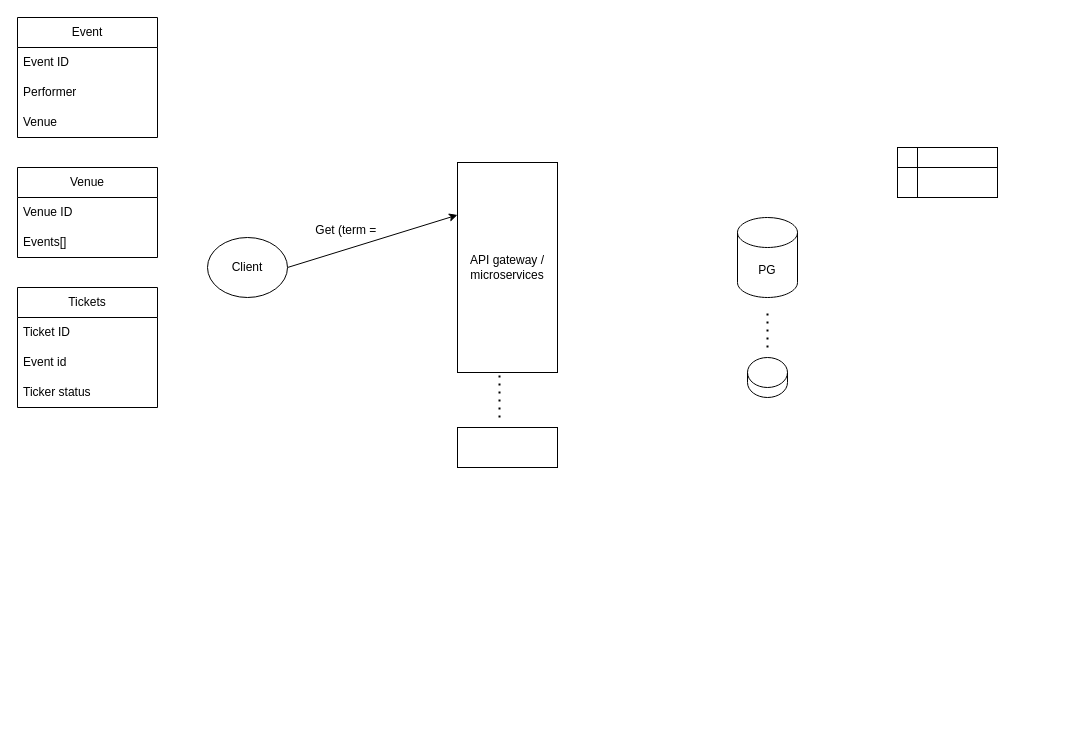
CoderUtk/sys-design keeps this draw.io diagram as Ticketmaster.drawio. Above is the earlier version. Source tidied: cells renumbered, new cells numbered last; positions are measured from the earlier drawing's top-left corner, leaving out a move shared by most shapes. Both pictures are drawn from the tidied source at 100%, with x=0, y=0 at pixel (17, 17).
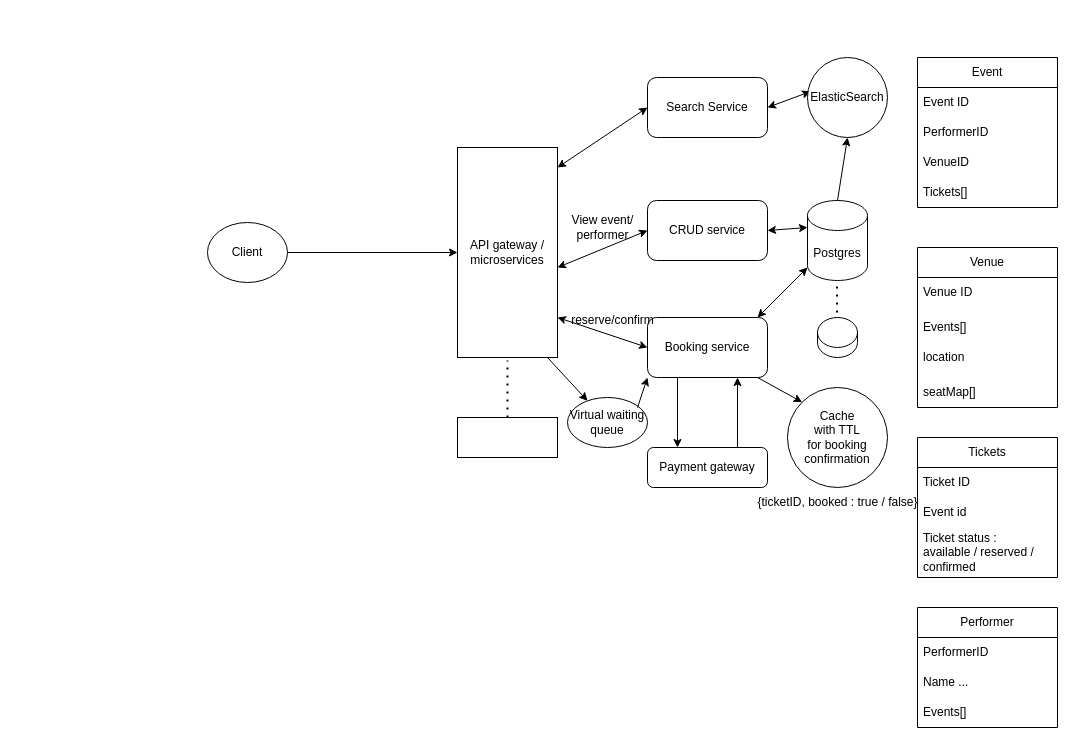
After the change.

Diff of the diagram source:
```diff
@@
     <mxCell id="2" value="Event" style="swimlane;fontStyle=0;horizontal=1;startSize=30;whiteSpace=wrap;html=1;" parent="1" vertex="1">
-      <mxGeometry width="140" height="120" as="geometry" />
+      <mxGeometry x="900" y="40" width="140" height="150" as="geometry" />
     </mxCell>
@@
-    <mxCell id="4" value="Performer" style="text;strokeColor=none;fillColor=none;align=left;verticalAlign=middle;spacingLeft=4;spacingRight=4;overflow=hidden;whiteSpace=wrap;html=1;" parent="2" vertex="1">
+    <mxCell id="4" value="PerformerID" style="text;strokeColor=none;fillColor=none;align=left;verticalAlign=middle;spacingLeft=4;spacingRight=4;overflow=hidden;whiteSpace=wrap;html=1;" parent="2" vertex="1">
       <mxGeometry y="60" width="140" height="30" as="geometry" />
     </mxCell>
-    <mxCell id="5" value="Venue" style="text;strokeColor=none;fillColor=none;align=left;verticalAlign=middle;spacingLeft=4;spacingRight=4;overflow=hidden;whiteSpace=wrap;html=1;" parent="2" vertex="1">
+    <mxCell id="5" value="VenueID" style="text;strokeColor=none;fillColor=none;align=left;verticalAlign=middle;spacingLeft=4;spacingRight=4;overflow=hidden;whiteSpace=wrap;html=1;" parent="2" vertex="1">
       <mxGeometry y="90" width="140" height="30" as="geometry" />
     </mxCell>
+    <mxCell id="23" value="Tickets[]" style="text;strokeColor=none;fillColor=none;align=left;verticalAlign=middle;spacingLeft=4;spacingRight=4;overflow=hidden;whiteSpace=wrap;html=1;" parent="2" vertex="1">
+      <mxGeometry y="120" width="140" height="30" as="geometry" />
+    </mxCell>
     <mxCell id="6" value="Venue" style="swimlane;fontStyle=0;horizontal=1;startSize=30;whiteSpace=wrap;html=1;" parent="1" vertex="1">
-      <mxGeometry y="150" width="140" height="90" as="geometry" />
+      <mxGeometry x="900" y="230" width="140" height="160" as="geometry" />
     </mxCell>
@@
     <mxCell id="8" value="Events[]" style="text;strokeColor=none;fillColor=none;align=left;verticalAlign=middle;spacingLeft=4;spacingRight=4;overflow=hidden;whiteSpace=wrap;html=1;" parent="6" vertex="1">
-      <mxGeometry y="60" width="140" height="30" as="geometry" />
+      <mxGeometry y="60" width="140" height="40" as="geometry" />
     </mxCell>
+    <mxCell id="24" value="location&lt;div&gt;&lt;br&gt;&lt;/div&gt;" style="text;strokeColor=none;fillColor=none;align=left;verticalAlign=middle;spacingLeft=4;spacingRight=4;overflow=hidden;whiteSpace=wrap;html=1;" parent="6" vertex="1">
+      <mxGeometry y="100" width="140" height="30" as="geometry" />
+    </mxCell>
+    <mxCell id="25" value="&lt;div&gt;seatMap[]&lt;/div&gt;" style="text;strokeColor=none;fillColor=none;align=left;verticalAlign=middle;spacingLeft=4;spacingRight=4;overflow=hidden;whiteSpace=wrap;html=1;" parent="6" vertex="1">
+      <mxGeometry y="130" width="140" height="30" as="geometry" />
+    </mxCell>
     <mxCell id="9" value="Tickets" style="swimlane;fontStyle=0;horizontal=1;startSize=30;whiteSpace=wrap;html=1;" parent="1" vertex="1">
-      <mxGeometry y="270" width="140" height="120" as="geometry" />
+      <mxGeometry x="900" y="420" width="140" height="140" as="geometry" />
     </mxCell>
@@
-    <mxCell id="12" value="Ticker status" style="text;strokeColor=none;fillColor=none;align=left;verticalAlign=middle;spacingLeft=4;spacingRight=4;overflow=hidden;whiteSpace=wrap;html=1;" parent="9" vertex="1">
-      <mxGeometry y="90" width="140" height="30" as="geometry" />
+    <mxCell id="12" value="Ticket status :&amp;nbsp;&lt;div&gt;available / reserved / confirmed&lt;/div&gt;" style="text;strokeColor=none;fillColor=none;align=left;verticalAlign=middle;spacingLeft=4;spacingRight=4;overflow=hidden;whiteSpace=wrap;html=1;" parent="9" vertex="1">
+      <mxGeometry y="90" width="140" height="50" as="geometry" />
     </mxCell>
-    <mxCell id="13" style="rounded=0;jettySize=auto;html=1;exitX=1;exitY=0.5;exitDx=0;exitDy=0;entryX=0;entryY=0.25;entryDx=0;entryDy=0;" parent="1" edge="1" source="14" target="15">
+    <mxCell id="13" style="rounded=0;jettySize=auto;html=1;exitX=1;exitY=0.5;exitDx=0;exitDy=0;entryX=0;entryY=0.5;entryDx=0;entryDy=0;" parent="1" edge="1" source="14" target="15">
       <mxGeometry relative="1" as="geometry" />
     </mxCell>
     <mxCell id="14" value="Client" style="ellipse;whiteSpace=wrap;html=1;" parent="1" vertex="1">
-      <mxGeometry x="190" y="220" width="80" height="60" as="geometry" />
+      <mxGeometry x="190" y="205" width="80" height="60" as="geometry" />
     </mxCell>
     <mxCell id="15" value="API gateway /&lt;br&gt;microservices" style="rounded=0;whiteSpace=wrap;html=1;" parent="1" vertex="1">
-      <mxGeometry x="440" y="145" width="100" height="210" as="geometry" />
+      <mxGeometry x="440" y="130" width="100" height="210" as="geometry" />
     </mxCell>
-    <mxCell id="16" style="endArrow=none;dashed=1;html=1;dashPattern=1 3;strokeWidth=2;rounded=0;entryX=0.42;entryY=1.014;entryDx=0;entryDy=0;entryPerimeter=0;" parent="1" edge="1" target="15">
+    <mxCell id="16" style="endArrow=none;dashed=1;html=1;dashPattern=1 3;strokeWidth=2;rounded=0;exitX=0.5;exitY=0;exitDx=0;exitDy=0;" parent="1" edge="1" source="17">
       <mxGeometry relative="1" as="geometry">
-        <mxPoint x="482" y="400" as="sourcePoint" />
+        <mxPoint x="490" y="343" as="targetPoint" />
       </mxGeometry>
     </mxCell>
     <mxCell id="17" style="rounded=0;whiteSpace=wrap;html=1;" parent="1" vertex="1">
-      <mxGeometry x="440" y="410" width="100" height="40" as="geometry" />
+      <mxGeometry x="440" y="400" width="100" height="40" as="geometry" />
     </mxCell>
-    <mxCell id="18" value="PG" style="shape=cylinder3;whiteSpace=wrap;html=1;boundedLbl=1;backgroundOutline=1;size=15;" parent="1" vertex="1">
-      <mxGeometry x="720" y="200" width="60" height="80" as="geometry" />
+    <mxCell id="18" value="Postgres" style="shape=cylinder3;whiteSpace=wrap;html=1;boundedLbl=1;backgroundOutline=1;size=15;" parent="1" vertex="1">
+      <mxGeometry x="790" y="183" width="60" height="80" as="geometry" />
     </mxCell>
     <mxCell id="19" style="endArrow=none;dashed=1;html=1;dashPattern=1 3;strokeWidth=2;rounded=0;" parent="1" edge="1">
       <mxGeometry relative="1" as="geometry">
-        <mxPoint x="750" y="330" as="sourcePoint" />
-        <mxPoint x="750" y="290" as="targetPoint" />
+        <mxPoint x="819.5" y="303" as="sourcePoint" />
+        <mxPoint x="819.5" y="263" as="targetPoint" />
       </mxGeometry>
     </mxCell>
     <mxCell id="20" style="shape=cylinder3;whiteSpace=wrap;html=1;boundedLbl=1;backgroundOutline=1;size=15;" parent="1" vertex="1">
-      <mxGeometry x="730" y="340" width="40" height="40" as="geometry" />
+      <mxGeometry x="800" y="300" width="40" height="40" as="geometry" />
     </mxCell>
-    <mxCell id="21" style="shape=internalStorage;whiteSpace=wrap;html=1;backgroundOutline=1;" parent="1" vertex="1">
-      <mxGeometry x="880" y="130" width="100" height="50" as="geometry" />
-    </mxCell>
-    <mxCell id="22" value="Get (term =&amp;nbsp;" style="text;html=1;align=center;verticalAlign=middle;strokeColor=none;fillColor=none;" parent="1" vertex="1">
-      <mxGeometry x="285" y="198" width="90" height="30" as="geometry" />
-    </mxCell>
+    <mxCell id="26" value="CRUD service" style="rounded=1;whiteSpace=wrap;html=1;" parent="1" vertex="1">
+      <mxGeometry x="630" y="183" width="120" height="60" as="geometry" />
+    </mxCell>
+    <mxCell id="27" value="Booking service" style="rounded=1;whiteSpace=wrap;html=1;" parent="1" vertex="1">
+      <mxGeometry x="630" y="300" width="120" height="60" as="geometry" />
+    </mxCell>
+    <mxCell id="28" value="View event/&lt;br&gt;performer" style="text;html=1;align=center;verticalAlign=middle;strokeColor=none;fillColor=none;" parent="1" vertex="1">
+      <mxGeometry x="540" y="190" width="90" height="40" as="geometry" />
+    </mxCell>
+    <mxCell id="29" value="Payment gateway" style="rounded=1;whiteSpace=wrap;html=1;" parent="1" vertex="1">
+      <mxGeometry x="630" y="430" width="120" height="40" as="geometry" />
+    </mxCell>
+    <mxCell id="30" style="endArrow=classic;html=1;rounded=0;exitX=0.25;exitY=1;exitDx=0;exitDy=0;entryX=0.25;entryY=0;entryDx=0;entryDy=0;" parent="1" edge="1" source="27" target="29">
+      <mxGeometry relative="1" as="geometry" />
+    </mxCell>
+    <mxCell id="31" style="endArrow=classic;html=1;rounded=0;entryX=0.75;entryY=1;entryDx=0;entryDy=0;exitX=0.75;exitY=0;exitDx=0;exitDy=0;" parent="1" edge="1" source="29" target="27">
+      <mxGeometry relative="1" as="geometry" />
+    </mxCell>
+    <mxCell id="32" value="reserve/confirm&lt;div&gt;&lt;br&gt;&lt;/div&gt;" style="text;html=1;align=center;verticalAlign=middle;strokeColor=none;fillColor=none;" parent="1" vertex="1">
+      <mxGeometry x="540" y="290" width="110" height="40" as="geometry" />
+    </mxCell>
+    <mxCell id="33" style="endArrow=classic;startArrow=classic;html=1;rounded=0;exitX=1;exitY=0.5;exitDx=0;exitDy=0;" parent="1" edge="1" source="26">
+      <mxGeometry relative="1" as="geometry">
+        <mxPoint x="790" y="210" as="targetPoint" />
+      </mxGeometry>
+    </mxCell>
+    <mxCell id="34" style="endArrow=classic;startArrow=classic;html=1;rounded=0;" parent="1" edge="1">
+      <mxGeometry relative="1" as="geometry">
+        <mxPoint x="740" y="300" as="sourcePoint" />
+        <mxPoint x="790" y="250" as="targetPoint" />
+      </mxGeometry>
+    </mxCell>
+    <mxCell id="35" value="Performer" style="swimlane;fontStyle=0;horizontal=1;startSize=30;whiteSpace=wrap;html=1;" parent="1" vertex="1">
+      <mxGeometry x="900" y="590" width="140" height="120" as="geometry" />
+    </mxCell>
+    <mxCell id="36" value="PerformerID" style="text;strokeColor=none;fillColor=none;align=left;verticalAlign=middle;spacingLeft=4;spacingRight=4;overflow=hidden;whiteSpace=wrap;html=1;" parent="35" vertex="1">
+      <mxGeometry y="30" width="140" height="30" as="geometry" />
+    </mxCell>
+    <mxCell id="37" value="Name ...&amp;nbsp;" style="text;strokeColor=none;fillColor=none;align=left;verticalAlign=middle;spacingLeft=4;spacingRight=4;overflow=hidden;whiteSpace=wrap;html=1;" parent="35" vertex="1">
+      <mxGeometry y="60" width="140" height="30" as="geometry" />
+    </mxCell>
+    <mxCell id="38" value="Events[]" style="text;strokeColor=none;fillColor=none;align=left;verticalAlign=middle;spacingLeft=4;spacingRight=4;overflow=hidden;whiteSpace=wrap;html=1;" parent="35" vertex="1">
+      <mxGeometry y="90" width="140" height="30" as="geometry" />
+    </mxCell>
+    <mxCell id="39" value="Cache&lt;div&gt;with TTL&lt;br&gt;for booking confirmation&lt;/div&gt;" style="ellipse;whiteSpace=wrap;html=1;" parent="1" vertex="1">
+      <mxGeometry x="770" y="370" width="100" height="100" as="geometry" />
+    </mxCell>
+    <mxCell id="40" style="endArrow=classic;html=1;rounded=0;entryX=0;entryY=0;entryDx=0;entryDy=0;" parent="1" edge="1" target="39">
+      <mxGeometry relative="1" as="geometry">
+        <mxPoint x="740" y="360" as="sourcePoint" />
+      </mxGeometry>
+    </mxCell>
+    <mxCell id="41" value="{ticketID, booked : true / false}" style="text;html=1;align=center;verticalAlign=middle;strokeColor=none;fillColor=none;" parent="1" vertex="1">
+      <mxGeometry x="730" y="470" width="180" height="30" as="geometry" />
+    </mxCell>
+    <mxCell id="42" value="Search Service" style="rounded=1;whiteSpace=wrap;html=1;" parent="1" vertex="1">
+      <mxGeometry x="630" y="60" width="120" height="60" as="geometry" />
+    </mxCell>
+    <mxCell id="43" style="endArrow=classic;startArrow=classic;html=1;rounded=0;exitX=0.038;exitY=0.425;exitDx=0;exitDy=0;exitPerimeter=0;" parent="1" edge="1" source="47">
+      <mxGeometry relative="1" as="geometry">
+        <mxPoint x="750" y="90" as="targetPoint" />
+      </mxGeometry>
+    </mxCell>
+    <mxCell id="44" style="endArrow=classic;startArrow=classic;html=1;rounded=0;entryX=0;entryY=0.5;entryDx=0;entryDy=0;" parent="1" edge="1" target="42">
+      <mxGeometry relative="1" as="geometry">
+        <mxPoint x="540" y="150" as="sourcePoint" />
+      </mxGeometry>
+    </mxCell>
+    <mxCell id="45" style="endArrow=classic;startArrow=classic;html=1;rounded=0;entryX=0;entryY=0.5;entryDx=0;entryDy=0;" parent="1" edge="1" target="26">
+      <mxGeometry relative="1" as="geometry">
+        <mxPoint x="540" y="250" as="sourcePoint" />
+      </mxGeometry>
+    </mxCell>
+    <mxCell id="46" style="endArrow=classic;startArrow=classic;html=1;rounded=0;entryX=0;entryY=0.5;entryDx=0;entryDy=0;" parent="1" edge="1" target="27">
+      <mxGeometry relative="1" as="geometry">
+        <mxPoint x="540" y="300" as="sourcePoint" />
+      </mxGeometry>
+    </mxCell>
+    <mxCell id="47" value="ElasticSearch" style="ellipse;whiteSpace=wrap;html=1;" parent="1" vertex="1">
+      <mxGeometry x="790" y="40" width="80" height="80" as="geometry" />
+    </mxCell>
+    <mxCell id="48" style="endArrow=classic;html=1;rounded=0;entryX=0.5;entryY=1;entryDx=0;entryDy=0;exitX=0.5;exitY=0;exitDx=0;exitDy=0;exitPerimeter=0;" parent="1" edge="1" source="18" target="47">
+      <mxGeometry relative="1" as="geometry" />
+    </mxCell>
+    <mxCell id="49" value="Virtual waiting queue" style="ellipse;whiteSpace=wrap;html=1;" parent="1" vertex="1">
+      <mxGeometry x="550" y="380" width="80" height="50" as="geometry" />
+    </mxCell>
+    <mxCell id="50" style="endArrow=classic;html=1;rounded=0;" parent="1" edge="1" target="49">
+      <mxGeometry relative="1" as="geometry">
+        <mxPoint x="530" y="340" as="sourcePoint" />
+      </mxGeometry>
+    </mxCell>
+    <mxCell id="51" style="endArrow=classic;html=1;rounded=0;entryX=0;entryY=1;entryDx=0;entryDy=0;" parent="1" edge="1" target="27">
+      <mxGeometry relative="1" as="geometry">
+        <mxPoint x="620" y="390" as="sourcePoint" />
+      </mxGeometry>
+    </mxCell>
```
